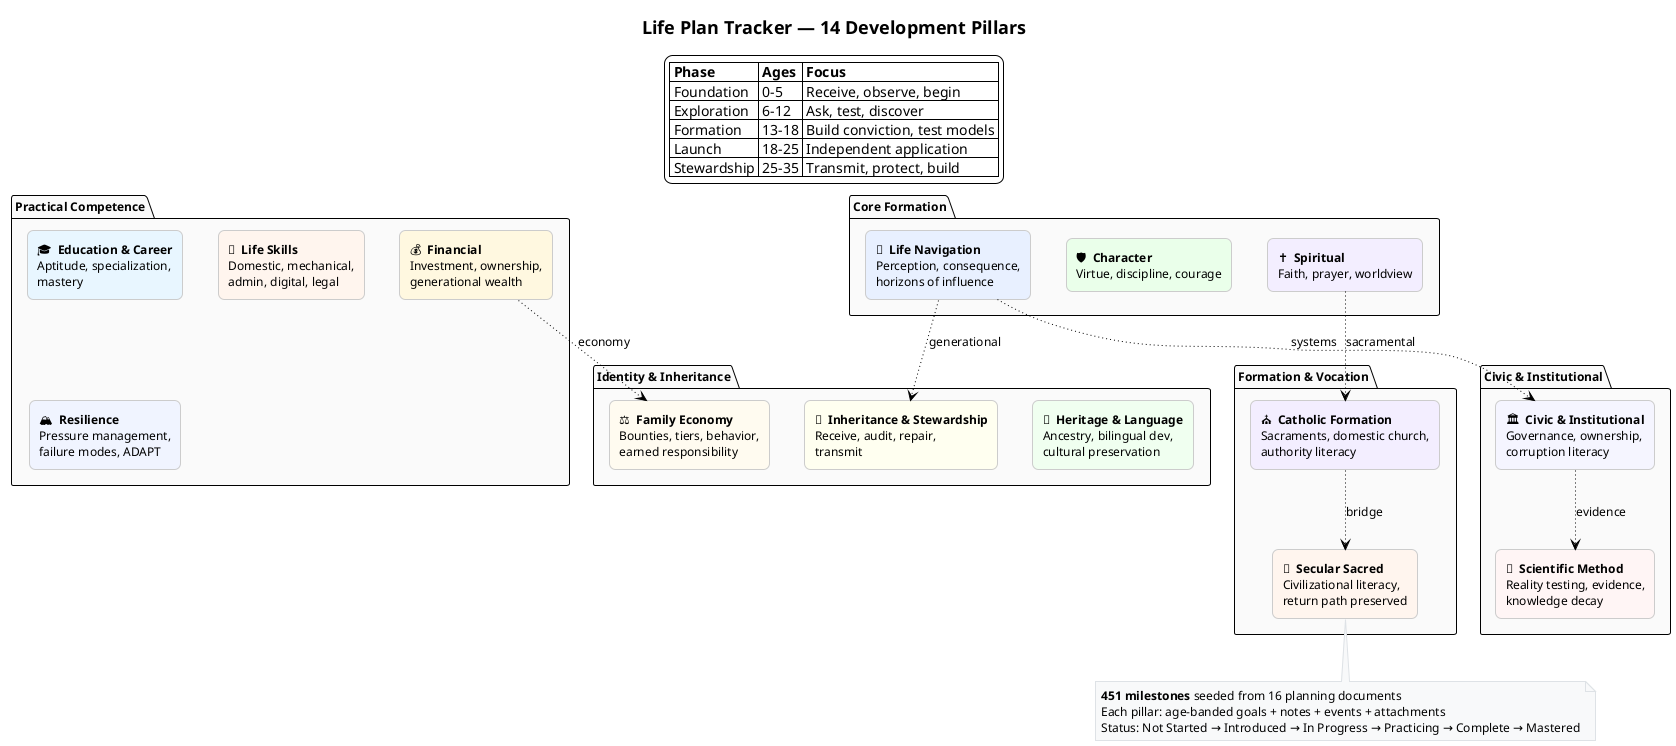
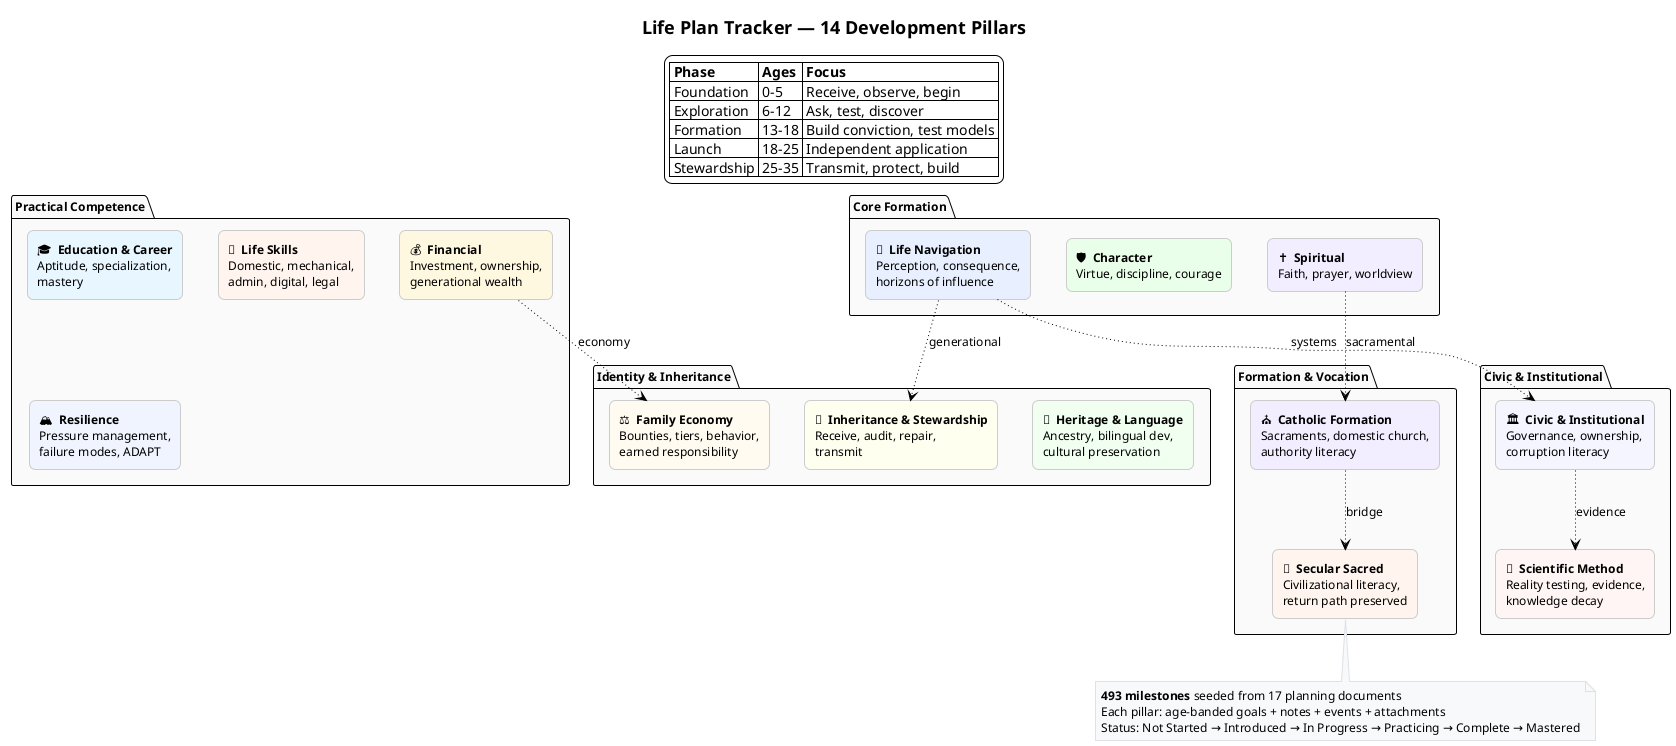
@startuml pillars_all
!theme plain
skinparam backgroundColor #FFFFFF
skinparam defaultFontSize 12
skinparam defaultFontName "Segoe UI, Helvetica, Arial, sans-serif"
skinparam titleFontSize 18
skinparam titleFontStyle bold
skinparam rectangle {
  roundCorner 12
  shadowing false
  borderColor #CCCCCC
}
skinparam note {
  backgroundColor #F8F9FA
  borderColor #DEE2E6
}

title Life Plan Tracker — 14 Development Pillars

legend top center
  |= Phase |= Ages |= Focus |
  | Foundation | 0–5 | Receive, observe, begin |
  | Exploration | 6–12 | Ask, test, discover |
  | Formation | 13–18 | Build conviction, test models |
  | Launch | 18–25 | Independent application |
  | Stewardship | 25–35 | Transmit, protect, build |
end legend

package "Core Formation" as core #FAFAFA {
  rectangle "✝️  **Spiritual**\nFaith, prayer, worldview" as sp #F3EEFF
  rectangle "🛡️  **Character**\nVirtue, discipline, courage" as ch #EAFFEA
  rectangle "🧭  **Life Navigation**\nPerception, consequence,\nhorizons of influence" as dn #E8F0FF
}

package "Practical Competence" as prac #FAFAFA {
  rectangle "💰  **Financial**\nInvestment, ownership,\ngenerational wealth" as fi #FFF8E0
  rectangle "🎓  **Education & Career**\nAptitude, specialization,\nmastery" as ed #E8F6FF
  rectangle "🔧  **Life Skills**\nDomestic, mechanical,\nadmin, digital, legal" as ls #FFF5EE
  rectangle "🏔️  **Resilience**\nPressure management,\nfailure modes, ADAPT" as re #F0F4FF
}

package "Identity & Inheritance" as ident #FAFAFA {
  rectangle "🌳  **Heritage & Language**\nAncestry, bilingual dev,\ncultural preservation" as he #F0FFF0
  rectangle "📜  **Inheritance & Stewardship**\nReceive, audit, repair,\ntransmit" as is_ #FFFFF0
  rectangle "⚖️  **Family Economy**\nBounties, tiers, behavior,\nearned responsibility" as ec #FFFBF0
}

package "Civic & Institutional" as civic #FAFAFA {
  rectangle "🏛️  **Civic & Institutional**\nGovernance, ownership,\ncorruption literacy" as ci #F5F5FF
  rectangle "🔬  **Scientific Method**\nReality testing, evidence,\nknowledge decay" as sm #FFF5F5
}

package "Formation & Vocation" as form #FAFAFA {
  rectangle "⛪  **Catholic Formation**\nSacraments, domestic church,\nauthority literacy" as cf #F3EEFF
  rectangle "🌅  **Secular Sacred**\nCivilizational literacy,\nreturn path preserved" as ss #FFF5EE
}

' Relationships (subtle)
dn -[dotted]-> ci : systems
dn -[dotted]-> is_ : generational
sp -[dotted]-> cf : sacramental
cf -[dotted]-> ss : bridge
fi -[dotted]-> ec : economy
ci -[dotted]-> sm : evidence

note bottom
-   **451 milestones** seeded from 16 planning documents
+   **493 milestones** seeded from 17 planning documents
  Each pillar: age-banded goals + notes + events + attachments
  Status: Not Started → Introduced → In Progress → Practicing → Complete → Mastered
end note
@enduml
